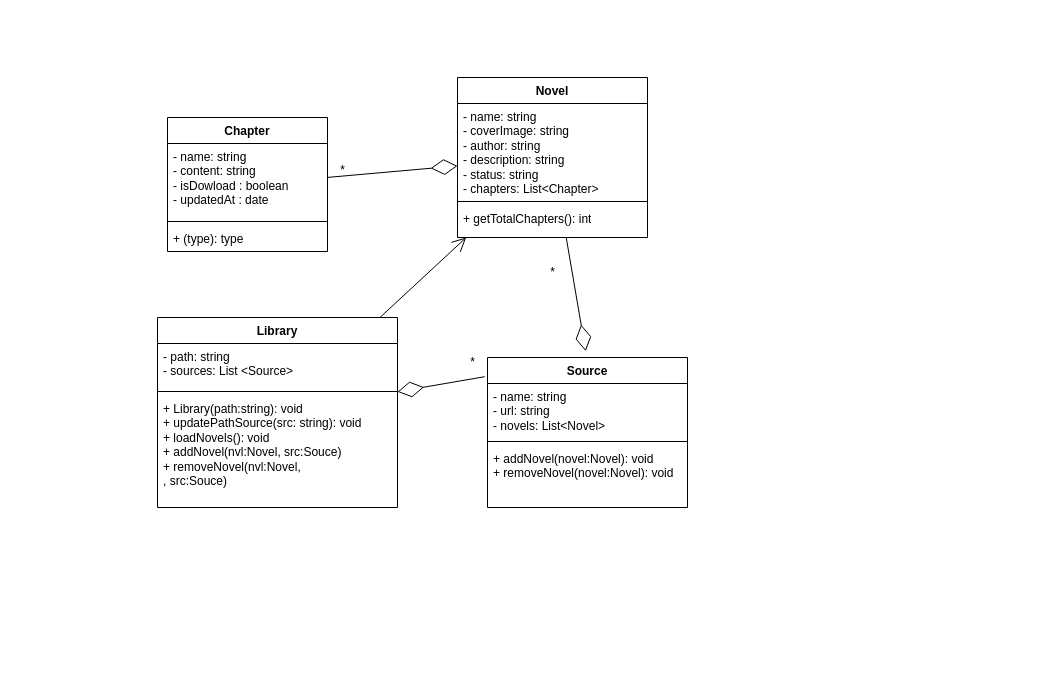
fawaz27/LightNovelScrapper keeps this draw.io diagram as Diagramme de Class.drawio. Above is the earlier version. Source tidied: cells renumbered, new cells numbered last; positions are measured from the earlier drawing's top-left corner, leaving out a move shared by most shapes. Both pictures are drawn from the tidied source at 100%, with x=0, y=0 at pixel (157, 77).
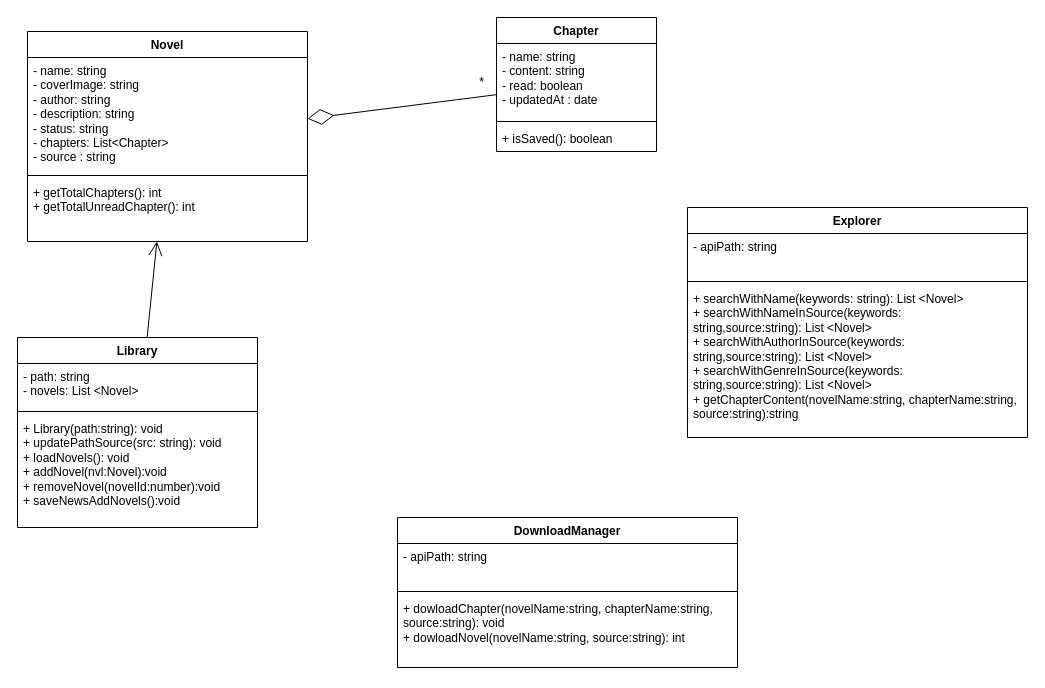
Above is the later version.

Change to the diagram source:
```diff
@@
     <mxCell id="2" value="Novel" style="swimlane;fontStyle=1;align=center;verticalAlign=top;horizontal=1;startSize=26;whiteSpace=wrap;html=1;" parent="1" vertex="1">
-      <mxGeometry x="300" width="190" height="160" as="geometry" />
+      <mxGeometry x="-130" y="-46" width="280" height="210" as="geometry" />
     </mxCell>
-    <mxCell id="3" value="- name: string&lt;br&gt;- coverImage: string&lt;br&gt;- author: string&lt;br&gt;- description: string&lt;br&gt;- status: string&lt;br&gt;- chapters: List&amp;lt;Chapter&amp;gt;" style="text;strokeColor=none;fillColor=none;align=left;verticalAlign=top;spacingLeft=4;spacingRight=4;overflow=hidden;whiteSpace=wrap;html=1;" parent="2" vertex="1">
-      <mxGeometry y="26" width="190" height="94" as="geometry" />
+    <mxCell id="3" value="- name: string&lt;br&gt;- coverImage: string&lt;br&gt;- author: string&lt;br&gt;- description: string&lt;br&gt;- status: string&lt;br&gt;- chapters: List&amp;lt;Chapter&amp;gt;&lt;div&gt;- source : string&lt;/div&gt;" style="text;strokeColor=none;fillColor=none;align=left;verticalAlign=top;spacingLeft=4;spacingRight=4;overflow=hidden;whiteSpace=wrap;html=1;" parent="2" vertex="1">
+      <mxGeometry y="26" width="280" height="114" as="geometry" />
     </mxCell>
     <mxCell id="4" style="line;strokeWidth=1;fillColor=none;align=left;verticalAlign=middle;spacingTop=-1;spacingLeft=3;spacingRight=3;labelPosition=right;strokeColor=inherit;" parent="2" vertex="1">
-      <mxGeometry y="120" width="190" height="8" as="geometry" />
+      <mxGeometry y="140" width="280" height="8" as="geometry" />
     </mxCell>
-    <mxCell id="5" value="+ getTotalChapters(): int" style="text;strokeColor=none;fillColor=none;align=left;verticalAlign=top;spacingLeft=4;spacingRight=4;overflow=hidden;whiteSpace=wrap;html=1;" parent="2" vertex="1">
-      <mxGeometry y="128" width="190" height="32" as="geometry" />
+    <mxCell id="5" value="+ getTotalChapters(): int&lt;div&gt;+ getTotalUnreadChapter(): int&lt;/div&gt;&lt;div&gt;&amp;nbsp;&lt;/div&gt;" style="text;strokeColor=none;fillColor=none;align=left;verticalAlign=top;spacingLeft=4;spacingRight=4;overflow=hidden;whiteSpace=wrap;html=1;" parent="2" vertex="1">
+      <mxGeometry y="148" width="280" height="62" as="geometry" />
     </mxCell>
+    <mxCell id="10" value="Library" style="swimlane;fontStyle=1;align=center;verticalAlign=top;horizontal=1;startSize=26;whiteSpace=wrap;html=1;" parent="1" vertex="1">
+      <mxGeometry x="-140" y="260" width="240" height="190" as="geometry" />
+    </mxCell>
+    <mxCell id="11" value="- path: string&lt;br&gt;- novels: List &amp;lt;Novel&amp;gt;" style="text;strokeColor=none;fillColor=none;align=left;verticalAlign=top;spacingLeft=4;spacingRight=4;overflow=hidden;whiteSpace=wrap;html=1;" parent="10" vertex="1">
+      <mxGeometry y="26" width="240" height="44" as="geometry" />
+    </mxCell>
+    <mxCell id="12" style="line;strokeWidth=1;fillColor=none;align=left;verticalAlign=middle;spacingTop=-1;spacingLeft=3;spacingRight=3;labelPosition=right;strokeColor=inherit;" parent="10" vertex="1">
+      <mxGeometry y="70" width="240" height="8" as="geometry" />
+    </mxCell>
+    <mxCell id="13" value="+ Library(path:string): void&lt;div&gt;+ updatePathSource(src: string): void&lt;/div&gt;&lt;div&gt;+ loadNovels(): void&lt;/div&gt;&lt;div&gt;+ addNovel(nvl:Novel):void&lt;/div&gt;&lt;div&gt;+ removeNovel(novelId:number&lt;span style=&quot;background-color: initial;&quot;&gt;):void&lt;/span&gt;&lt;/div&gt;&lt;div&gt;&lt;span style=&quot;background-color: initial;&quot;&gt;+ saveNewsAddNovels():void&lt;/span&gt;&lt;/div&gt;" style="text;strokeColor=none;fillColor=none;align=left;verticalAlign=top;spacingLeft=4;spacingRight=4;overflow=hidden;whiteSpace=wrap;html=1;" parent="10" vertex="1">
+      <mxGeometry y="78" width="240" height="112" as="geometry" />
+    </mxCell>
+    <mxCell id="20" style="endArrow=diamondThin;endFill=0;endSize=24;html=1;rounded=0;" parent="1" edge="1" source="6" target="2">
+      <mxGeometry relative="1" as="geometry" />
+    </mxCell>
+    <mxCell id="24" style="endArrow=open;endFill=1;endSize=12;html=1;rounded=0;" parent="1" edge="1" source="10" target="2">
+      <mxGeometry relative="1" as="geometry" />
+    </mxCell>
+    <mxCell id="25" style="group;" parent="1" vertex="1">
+      <mxGeometry x="309" y="-60" width="190" height="134" as="geometry" />
+    </mxCell>
-    <mxCell id="6" value="Chapter" style="swimlane;fontStyle=1;align=center;verticalAlign=top;horizontal=1;startSize=26;whiteSpace=wrap;html=1;" parent="1" vertex="1">
-      <mxGeometry x="10" y="40" width="160" height="134" as="geometry" />
+    <mxCell id="6" value="Chapter" style="swimlane;fontStyle=1;align=center;verticalAlign=top;horizontal=1;startSize=26;whiteSpace=wrap;html=1;" parent="25" vertex="1">
+      <mxGeometry x="30" width="160" height="134" as="geometry" />
     </mxCell>
-    <mxCell id="7" value="- name: string&lt;br&gt;- content: string&lt;br&gt;- isDowload : boolean&lt;br&gt;- updatedAt : date" style="text;strokeColor=none;fillColor=none;align=left;verticalAlign=top;spacingLeft=4;spacingRight=4;overflow=hidden;whiteSpace=wrap;html=1;" parent="6" vertex="1">
+    <mxCell id="7" value="- name: string&lt;br&gt;- content: string&lt;br&gt;- read: boolean&lt;br&gt;- updatedAt : date" style="text;strokeColor=none;fillColor=none;align=left;verticalAlign=top;spacingLeft=4;spacingRight=4;overflow=hidden;whiteSpace=wrap;html=1;" parent="6" vertex="1">
       <mxGeometry y="26" width="160" height="74" as="geometry" />
     </mxCell>
@@
-    <mxCell id="9" value="+ (type): type" style="text;strokeColor=none;fillColor=none;align=left;verticalAlign=top;spacingLeft=4;spacingRight=4;overflow=hidden;whiteSpace=wrap;html=1;" parent="6" vertex="1">
+    <mxCell id="9" value="+ isSaved(): boolean" style="text;strokeColor=none;fillColor=none;align=left;verticalAlign=top;spacingLeft=4;spacingRight=4;overflow=hidden;whiteSpace=wrap;html=1;" parent="6" vertex="1">
       <mxGeometry y="108" width="160" height="26" as="geometry" />
     </mxCell>
-    <mxCell id="10" value="Library" style="swimlane;fontStyle=1;align=center;verticalAlign=top;horizontal=1;startSize=26;whiteSpace=wrap;html=1;" parent="1" vertex="1">
-      <mxGeometry y="240" width="240" height="190" as="geometry" />
-    </mxCell>
-    <mxCell id="11" value="- path: string&lt;br&gt;- sources: List &amp;lt;Source&amp;gt;" style="text;strokeColor=none;fillColor=none;align=left;verticalAlign=top;spacingLeft=4;spacingRight=4;overflow=hidden;whiteSpace=wrap;html=1;" parent="10" vertex="1">
-      <mxGeometry y="26" width="240" height="44" as="geometry" />
-    </mxCell>
-    <mxCell id="12" style="line;strokeWidth=1;fillColor=none;align=left;verticalAlign=middle;spacingTop=-1;spacingLeft=3;spacingRight=3;labelPosition=right;strokeColor=inherit;" parent="10" vertex="1">
-      <mxGeometry y="70" width="240" height="8" as="geometry" />
-    </mxCell>
-    <mxCell id="13" value="+ Library(path:string): void&lt;div&gt;+ updatePathSource(src: string): void&lt;/div&gt;&lt;div&gt;+ loadNovels(): void&lt;/div&gt;&lt;div&gt;+ addNovel(nvl:Novel, src:Souce)&lt;/div&gt;&lt;div&gt;+ removeNovel(nvl:Novel,&amp;nbsp;&lt;/div&gt;, src:Souce)" style="text;strokeColor=none;fillColor=none;align=left;verticalAlign=top;spacingLeft=4;spacingRight=4;overflow=hidden;whiteSpace=wrap;html=1;" parent="10" vertex="1">
-      <mxGeometry y="78" width="240" height="112" as="geometry" />
-    </mxCell>
-    <mxCell id="14" value="Source" style="swimlane;fontStyle=1;align=center;verticalAlign=top;horizontal=1;startSize=26;whiteSpace=wrap;html=1;" parent="1" vertex="1">
-      <mxGeometry x="330" y="280" width="200" height="150" as="geometry" />
-    </mxCell>
-    <mxCell id="15" value="- name: string&lt;br&gt;- url: string&lt;br&gt;- novels: List&amp;lt;Novel&amp;gt;" style="text;strokeColor=none;fillColor=none;align=left;verticalAlign=top;spacingLeft=4;spacingRight=4;overflow=hidden;whiteSpace=wrap;html=1;" parent="14" vertex="1">
-      <mxGeometry y="26" width="200" height="54" as="geometry" />
-    </mxCell>
-    <mxCell id="16" style="line;strokeWidth=1;fillColor=none;align=left;verticalAlign=middle;spacingTop=-1;spacingLeft=3;spacingRight=3;labelPosition=right;strokeColor=inherit;" parent="14" vertex="1">
-      <mxGeometry y="80" width="200" height="8" as="geometry" />
-    </mxCell>
-    <mxCell id="17" value="+ addNovel(novel:Novel): void&lt;br&gt;+ removeNovel(novel:Novel): void" style="text;strokeColor=none;fillColor=none;align=left;verticalAlign=top;spacingLeft=4;spacingRight=4;overflow=hidden;whiteSpace=wrap;html=1;" parent="14" vertex="1">
-      <mxGeometry y="88" width="200" height="62" as="geometry" />
-    </mxCell>
-    <mxCell id="18" style="endArrow=diamondThin;endFill=0;endSize=24;html=1;rounded=0;exitX=-0.014;exitY=0.128;exitDx=0;exitDy=0;exitPerimeter=0;" parent="1" edge="1" source="14" target="10">
-      <mxGeometry relative="1" as="geometry" />
-    </mxCell>
-    <mxCell id="19" style="endArrow=diamondThin;endFill=0;endSize=24;html=1;rounded=0;entryX=0.491;entryY=-0.042;entryDx=0;entryDy=0;entryPerimeter=0;" parent="1" edge="1" source="2" target="14">
-      <mxGeometry relative="1" as="geometry" />
-    </mxCell>
-    <mxCell id="20" style="endArrow=diamondThin;endFill=0;endSize=24;html=1;rounded=0;" parent="1" edge="1" source="6" target="2">
-      <mxGeometry relative="1" as="geometry" />
-    </mxCell>
-    <mxCell id="21" value="*" style="text;html=1;align=center;verticalAlign=middle;strokeColor=none;fillColor=none;" parent="1" vertex="1">
-      <mxGeometry x="170" y="78" width="30" height="30" as="geometry" />
-    </mxCell>
-    <mxCell id="22" value="*" style="text;html=1;align=center;verticalAlign=middle;strokeColor=none;fillColor=none;" parent="1" vertex="1">
-      <mxGeometry x="300" y="270" width="30" height="30" as="geometry" />
-    </mxCell>
-    <mxCell id="23" value="*" style="text;html=1;align=center;verticalAlign=middle;strokeColor=none;fillColor=none;" parent="1" vertex="1">
-      <mxGeometry x="380" y="180" width="30" height="30" as="geometry" />
-    </mxCell>
-    <mxCell id="24" style="endArrow=open;endFill=1;endSize=12;html=1;rounded=0;" parent="1" edge="1" source="10" target="2">
-      <mxGeometry relative="1" as="geometry" />
-    </mxCell>
+    <mxCell id="26" value="*" style="text;html=1;align=center;verticalAlign=middle;strokeColor=none;fillColor=none;" parent="25" vertex="1">
+      <mxGeometry y="50" width="30" height="30" as="geometry" />
+    </mxCell>
+    <mxCell id="27" value="Explorer" style="swimlane;fontStyle=1;align=center;verticalAlign=top;horizontal=1;startSize=26;whiteSpace=wrap;html=1;" parent="1" vertex="1">
+      <mxGeometry x="530" y="130" width="340" height="230" as="geometry" />
+    </mxCell>
+    <mxCell id="28" value="- apiPath: string" style="text;strokeColor=none;fillColor=none;align=left;verticalAlign=top;spacingLeft=4;spacingRight=4;overflow=hidden;whiteSpace=wrap;html=1;" parent="27" vertex="1">
+      <mxGeometry y="26" width="340" height="44" as="geometry" />
+    </mxCell>
+    <mxCell id="29" style="line;strokeWidth=1;fillColor=none;align=left;verticalAlign=middle;spacingTop=-1;spacingLeft=3;spacingRight=3;labelPosition=right;strokeColor=inherit;" parent="27" vertex="1">
+      <mxGeometry y="70" width="340" height="8" as="geometry" />
+    </mxCell>
+    <mxCell id="30" value="&lt;div&gt;+ searchWithName(keywords: string):&amp;nbsp;&lt;span style=&quot;background-color: initial;&quot;&gt;List &amp;lt;Novel&amp;gt;&lt;/span&gt;&lt;br&gt;&lt;/div&gt;&lt;div&gt;+ searchWithNameInSource(keywords: string,source:string):&amp;nbsp;&lt;span style=&quot;background-color: initial;&quot;&gt;List &amp;lt;Novel&amp;gt;&lt;/span&gt;&lt;/div&gt;&lt;div&gt;&lt;span style=&quot;background-color: initial;&quot;&gt;+&amp;nbsp;&lt;/span&gt;&lt;span style=&quot;background-color: initial;&quot;&gt;searchWithAuthor&lt;/span&gt;&lt;span style=&quot;background-color: initial;&quot;&gt;InSource&lt;/span&gt;&lt;span style=&quot;background-color: initial;&quot;&gt;(&lt;/span&gt;keywords&lt;span style=&quot;background-color: initial;&quot;&gt;: string,source:string):&amp;nbsp;&lt;/span&gt;&lt;span style=&quot;background-color: initial;&quot;&gt;List &amp;lt;Novel&amp;gt;&lt;/span&gt;&lt;/div&gt;&lt;div&gt;&lt;span style=&quot;background-color: initial;&quot;&gt;+&amp;nbsp;&lt;/span&gt;&lt;span style=&quot;background-color: initial;&quot;&gt;searchWithGenre&lt;/span&gt;&lt;span style=&quot;background-color: initial;&quot;&gt;InSource&lt;/span&gt;&lt;span style=&quot;background-color: initial;&quot;&gt;(&lt;/span&gt;keywords&lt;span style=&quot;background-color: initial;&quot;&gt;: string,source:string):&amp;nbsp;&lt;/span&gt;&lt;span style=&quot;background-color: initial;&quot;&gt;List &amp;lt;Novel&amp;gt;&lt;/span&gt;&lt;/div&gt;&lt;div&gt;&lt;span style=&quot;background-color: initial;&quot;&gt;+ getChapterContent(novelName:string, chapterName:string, source:string):string&lt;/span&gt;&lt;/div&gt;&lt;div&gt;&lt;span style=&quot;background-color: initial;&quot;&gt;&lt;br&gt;&lt;/span&gt;&lt;/div&gt;" style="text;strokeColor=none;fillColor=none;align=left;verticalAlign=top;spacingLeft=4;spacingRight=4;overflow=hidden;whiteSpace=wrap;html=1;" parent="27" vertex="1">
+      <mxGeometry y="78" width="340" height="152" as="geometry" />
+    </mxCell>
+    <mxCell id="31" value="DownloadManager" style="swimlane;fontStyle=1;align=center;verticalAlign=top;horizontal=1;startSize=26;whiteSpace=wrap;html=1;" parent="1" vertex="1">
+      <mxGeometry x="240" y="440" width="340" height="150" as="geometry" />
+    </mxCell>
+    <mxCell id="32" value="- apiPath: string" style="text;strokeColor=none;fillColor=none;align=left;verticalAlign=top;spacingLeft=4;spacingRight=4;overflow=hidden;whiteSpace=wrap;html=1;" parent="31" vertex="1">
+      <mxGeometry y="26" width="340" height="44" as="geometry" />
+    </mxCell>
+    <mxCell id="33" style="line;strokeWidth=1;fillColor=none;align=left;verticalAlign=middle;spacingTop=-1;spacingLeft=3;spacingRight=3;labelPosition=right;strokeColor=inherit;" parent="31" vertex="1">
+      <mxGeometry y="70" width="340" height="8" as="geometry" />
+    </mxCell>
+    <mxCell id="34" value="&lt;div&gt;+ dowloadChapter(novelName:string, chapterName:string, source:string): void&lt;/div&gt;&lt;div&gt;+&amp;nbsp;&lt;span style=&quot;background-color: initial;&quot;&gt;dowloadNovel(&lt;/span&gt;novelName:string, source:string&lt;span style=&quot;background-color: initial;&quot;&gt;): int&lt;/span&gt;&lt;/div&gt;" style="text;strokeColor=none;fillColor=none;align=left;verticalAlign=top;spacingLeft=4;spacingRight=4;overflow=hidden;whiteSpace=wrap;html=1;" parent="31" vertex="1">
+      <mxGeometry y="78" width="340" height="72" as="geometry" />
+    </mxCell>
```
